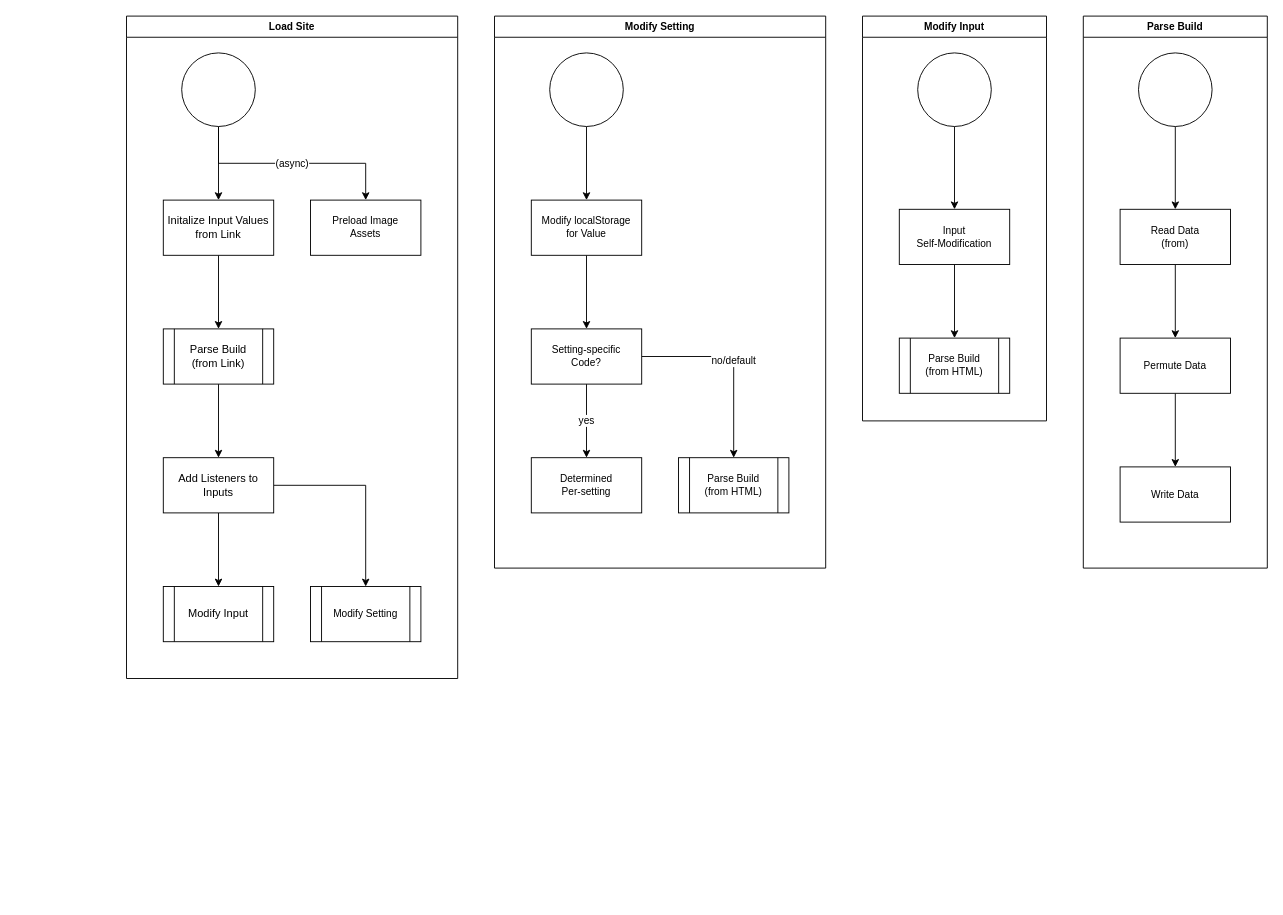
LogicalSpaghetti/wynnsmith keeps this draw.io diagram as WynnSmith Documentation/flowcharts/Logic Structure.drawio. Above is the earlier version. Source tidied: cells renumbered, new cells numbered last; positions are measured from the earlier drawing's top-left corner, leaving out a move shared by most shapes. Both pictures are drawn from the tidied source at 92%, with x=0, y=0 at pixel (126, 16).
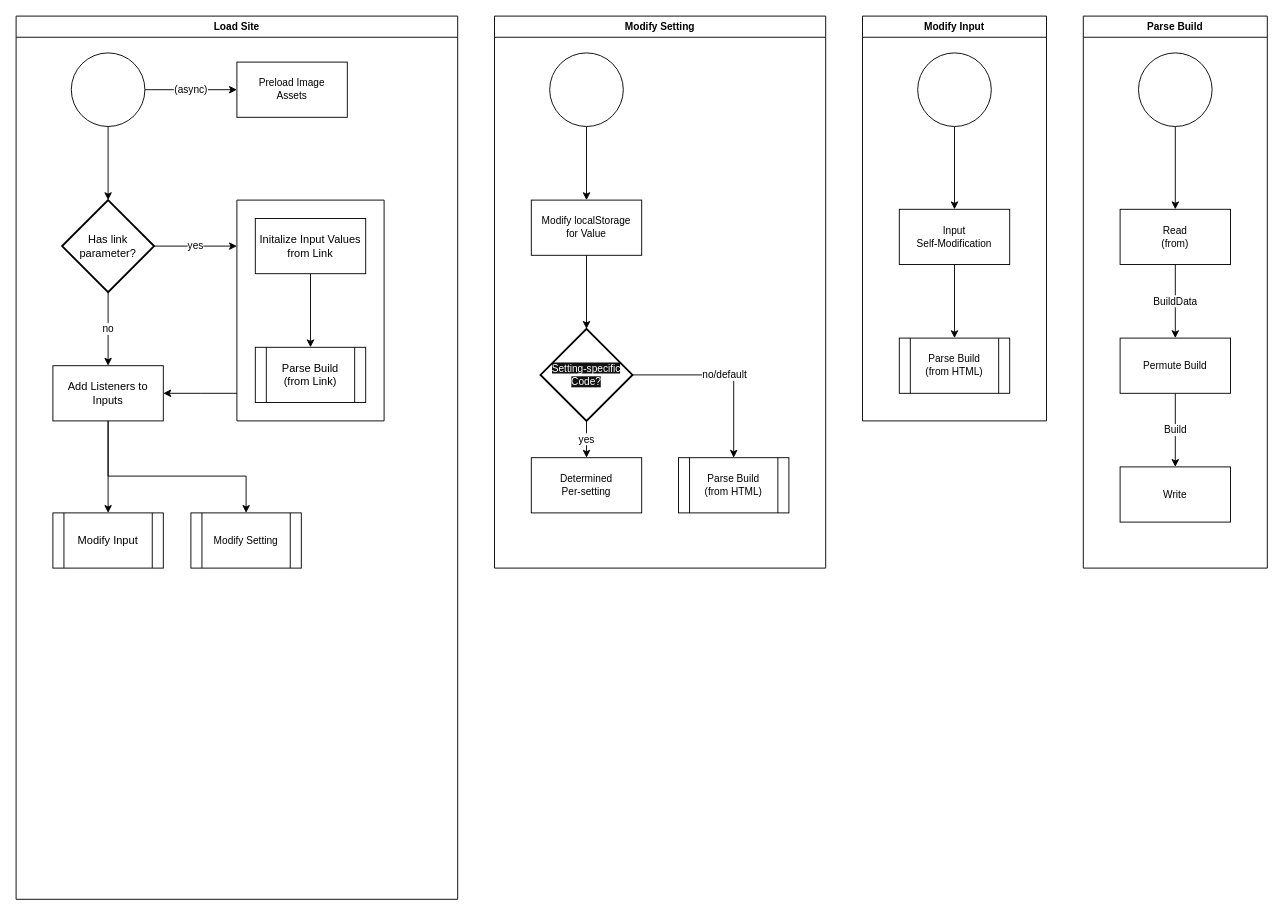
The same diagram, later.

Unchanged cells that the change refers to:
```xml
<mxCell id="8" value="Parse Build" style="swimlane;whiteSpace=wrap;html=1;fontFamily=Helvetica;fontSize=11;fontColor=default;labelBackgroundColor=default;" parent="1" vertex="1">
  <mxGeometry x="1040" width="200" height="600" as="geometry" />
</mxCell>
<mxCell id="19" style="ellipse;whiteSpace=wrap;html=1;fontFamily=Helvetica;fontSize=11;fontColor=default;labelBackgroundColor=default;" parent="16" vertex="1">
  <mxGeometry x="60" y="40" width="80" height="80" as="geometry" />
</mxCell>
<mxCell id="30" value="Modify Setting" style="swimlane;whiteSpace=wrap;html=1;fontFamily=Helvetica;fontSize=11;fontColor=default;labelBackgroundColor=default;" parent="1" vertex="1">
  <mxGeometry x="400" width="360" height="600" as="geometry" />
</mxCell>
<mxCell id="34" value="Modify localStorage&lt;br&gt;for Value" style="whiteSpace=wrap;html=1;fontSize=11;labelBackgroundColor=default;" parent="30" vertex="1">
  <mxGeometry x="40" y="200" width="120" height="60" as="geometry" />
</mxCell>
```

The edit, as a diff of the source:
```diff
@@
-    <mxCell id="11" style="edgeStyle=orthogonalEdgeStyle;shape=connector;rounded=0;jumpStyle=gap;jumpSize=20;jettySize=auto;html=1;strokeColor=default;align=center;verticalAlign=middle;fontFamily=Helvetica;fontSize=11;fontColor=default;labelBackgroundColor=default;endArrow=classic;" parent="8" edge="1" source="12" target="14">
+    <mxCell id="11" value="BuildData" style="edgeStyle=orthogonalEdgeStyle;shape=connector;rounded=0;jumpStyle=gap;jumpSize=20;jettySize=auto;html=1;strokeColor=default;align=center;verticalAlign=middle;fontFamily=Helvetica;fontSize=11;fontColor=default;labelBackgroundColor=default;endArrow=classic;" parent="8" edge="1" source="12" target="14">
       <mxGeometry relative="1" as="geometry" />
     </mxCell>
-    <mxCell id="12" value="Read Data&lt;br&gt;(from)" style="whiteSpace=wrap;html=1;fontSize=11;labelBackgroundColor=default;" parent="8" vertex="1">
+    <mxCell id="12" value="Read&lt;br&gt;(from)" style="whiteSpace=wrap;html=1;fontSize=11;labelBackgroundColor=default;" parent="8" vertex="1">
       <mxGeometry x="40" y="210" width="120" height="60" as="geometry" />
     </mxCell>
-    <mxCell id="13" style="edgeStyle=orthogonalEdgeStyle;shape=connector;rounded=0;jumpStyle=gap;jumpSize=20;jettySize=auto;html=1;strokeColor=default;align=center;verticalAlign=middle;fontFamily=Helvetica;fontSize=11;fontColor=default;labelBackgroundColor=default;endArrow=classic;" parent="8" edge="1" source="14" target="15">
+    <mxCell id="13" value="Build" style="edgeStyle=orthogonalEdgeStyle;shape=connector;rounded=0;jumpStyle=gap;jumpSize=20;jettySize=auto;html=1;strokeColor=default;align=center;verticalAlign=middle;fontFamily=Helvetica;fontSize=11;fontColor=default;labelBackgroundColor=default;endArrow=classic;" parent="8" edge="1" source="14" target="15">
       <mxGeometry relative="1" as="geometry" />
     </mxCell>
-    <mxCell id="14" value="Permute Data" style="whiteSpace=wrap;html=1;fontSize=11;labelBackgroundColor=default;" parent="8" vertex="1">
+    <mxCell id="14" value="Permute Build" style="whiteSpace=wrap;html=1;fontSize=11;labelBackgroundColor=default;" parent="8" vertex="1">
       <mxGeometry x="40" y="350" width="120" height="60" as="geometry" />
     </mxCell>
-    <mxCell id="15" value="Write Data" style="whiteSpace=wrap;html=1;fontSize=11;labelBackgroundColor=default;" parent="8" vertex="1">
+    <mxCell id="15" value="Write" style="whiteSpace=wrap;html=1;fontSize=11;labelBackgroundColor=default;" parent="8" vertex="1">
       <mxGeometry x="40" y="490" width="120" height="60" as="geometry" />
     </mxCell>
     <mxCell id="16" value="Load Site" style="swimlane;whiteSpace=wrap;html=1;fontFamily=Helvetica;fontSize=11;fontColor=default;labelBackgroundColor=default;startSize=23;" parent="1" vertex="1">
-      <mxGeometry width="360" height="720" as="geometry" />
+      <mxGeometry x="-120" width="480" height="960" as="geometry" />
     </mxCell>
+    <mxCell id="40" style="edgeStyle=orthogonalEdgeStyle;rounded=0;jettySize=auto;html=1;" parent="16" edge="1" source="19" target="43">
+      <mxGeometry relative="1" as="geometry" />
+    </mxCell>
-    <mxCell id="17" value="(async)" style="edgeStyle=orthogonalEdgeStyle;shape=connector;rounded=0;jumpStyle=gap;jumpSize=20;jettySize=auto;html=1;entryX=0.5;entryY=0;entryDx=0;entryDy=0;strokeColor=default;align=center;verticalAlign=middle;fontFamily=Helvetica;fontSize=11;fontColor=default;labelBackgroundColor=default;endArrow=classic;exitX=0.5;exitY=1;exitDx=0;exitDy=0;" parent="16" edge="1" source="19" target="20">
-      <mxGeometry relative="1" as="geometry" />
+    <mxCell id="17" value="(async)" style="edgeStyle=orthogonalEdgeStyle;rounded=0;jettySize=auto;html=1;" parent="16" edge="1" source="19" target="20">
+      <mxGeometry relative="1" as="geometry">
+        <Array as="points">
+          <mxPoint x="240" y="80" />
+        </Array>
+      </mxGeometry>
     </mxCell>
-    <mxCell id="18" style="edgeStyle=orthogonalEdgeStyle;shape=connector;rounded=0;jumpStyle=gap;jumpSize=20;jettySize=auto;html=1;entryX=0.5;entryY=0;entryDx=0;entryDy=0;strokeColor=default;align=center;verticalAlign=middle;fontFamily=Helvetica;fontSize=11;fontColor=default;labelBackgroundColor=default;endArrow=classic;" parent="16" edge="1" source="19" target="22">
-      <mxGeometry relative="1" as="geometry" />
-    </mxCell>
@@
     <mxCell id="20" value="Preload Image&lt;br&gt;Assets" style="whiteSpace=wrap;html=1;fontSize=11;labelBackgroundColor=default;" parent="16" vertex="1">
-      <mxGeometry x="200" y="200" width="120" height="60" as="geometry" />
+      <mxGeometry x="240" y="50" width="120" height="60" as="geometry" />
     </mxCell>
@@
     <mxCell id="22" value="Initalize Input Values&lt;br&gt;from Link" style="rounded=0;whiteSpace=wrap;html=1;" parent="16" vertex="1">
-      <mxGeometry x="40" y="200" width="120" height="60" as="geometry" />
+      <mxGeometry x="260" y="220" width="120" height="60" as="geometry" />
     </mxCell>
-    <mxCell id="23" style="edgeStyle=orthogonalEdgeStyle;rounded=0;jettySize=auto;html=1;" parent="16" edge="1" source="24" target="27">
-      <mxGeometry relative="1" as="geometry" />
-    </mxCell>
     <mxCell id="24" value="Parse Build&lt;br&gt;(from Link)" style="rounded=0;whiteSpace=wrap;html=1;shape=process;backgroundOutline=1;" parent="16" vertex="1">
-      <mxGeometry x="40" y="340" width="120" height="60" as="geometry" />
+      <mxGeometry x="260" y="360" width="120" height="60" as="geometry" />
     </mxCell>
@@
     <mxCell id="26" style="edgeStyle=orthogonalEdgeStyle;shape=connector;rounded=0;jumpStyle=gap;jumpSize=20;jettySize=auto;html=1;entryX=0.5;entryY=0;entryDx=0;entryDy=0;strokeColor=default;align=center;verticalAlign=middle;fontFamily=Helvetica;fontSize=11;fontColor=default;labelBackgroundColor=default;endArrow=classic;" parent="16" edge="1" source="27" target="29">
-      <mxGeometry relative="1" as="geometry" />
+      <mxGeometry relative="1" as="geometry">
+        <Array as="points">
+          <mxPoint x="100" y="500" />
+          <mxPoint x="250" y="500" />
+        </Array>
+      </mxGeometry>
     </mxCell>
     <mxCell id="27" value="Add Listeners to Inputs" style="rounded=0;whiteSpace=wrap;html=1;" parent="16" vertex="1">
-      <mxGeometry x="40" y="480" width="120" height="60" as="geometry" />
+      <mxGeometry x="40" y="380" width="120" height="60" as="geometry" />
     </mxCell>
     <mxCell id="28" value="Modify Input" style="shape=process;whiteSpace=wrap;html=1;backgroundOutline=1;rounded=0;" parent="16" vertex="1">
-      <mxGeometry x="40" y="620" width="120" height="60" as="geometry" />
+      <mxGeometry x="40" y="540" width="120" height="60" as="geometry" />
     </mxCell>
     <mxCell id="29" value="Modify Setting" style="shape=process;whiteSpace=wrap;html=1;backgroundOutline=1;fontFamily=Helvetica;fontSize=11;fontColor=default;labelBackgroundColor=default;" parent="16" vertex="1">
-      <mxGeometry x="200" y="620" width="120" height="60" as="geometry" />
+      <mxGeometry x="190" y="540" width="120" height="60" as="geometry" />
     </mxCell>
+    <mxCell id="41" value="yes" style="edgeStyle=orthogonalEdgeStyle;rounded=0;jettySize=auto;html=1;" parent="16" edge="1" source="43" target="45">
+      <mxGeometry relative="1" as="geometry">
+        <Array as="points">
+          <mxPoint x="190" y="250" />
+          <mxPoint x="190" y="250" />
+        </Array>
+      </mxGeometry>
+    </mxCell>
+    <mxCell id="42" value="no" style="edgeStyle=orthogonalEdgeStyle;rounded=0;jettySize=auto;html=1;" parent="16" edge="1" source="43" target="27">
+      <mxGeometry relative="1" as="geometry" />
+    </mxCell>
+    <mxCell id="43" value="Has link parameter?" style="strokeWidth=2;html=1;shape=mxgraph.flowchart.decision;whiteSpace=wrap;" parent="16" vertex="1">
+      <mxGeometry x="50" y="200" width="100" height="100" as="geometry" />
+    </mxCell>
+    <mxCell id="44" style="edgeStyle=orthogonalEdgeStyle;rounded=0;jettySize=auto;html=1;" parent="16" edge="1" source="45" target="27">
+      <mxGeometry relative="1" as="geometry">
+        <Array as="points">
+          <mxPoint x="200" y="410" />
+          <mxPoint x="200" y="410" />
+        </Array>
+      </mxGeometry>
+    </mxCell>
+    <mxCell id="45" style="swimlane;startSize=0;" parent="16" vertex="1">
+      <mxGeometry x="240" y="200" width="160" height="240" as="geometry" />
+    </mxCell>
@@
-    <mxCell id="33" style="edgeStyle=orthogonalEdgeStyle;shape=connector;rounded=0;jumpStyle=gap;jumpSize=20;jettySize=auto;html=1;strokeColor=default;align=center;verticalAlign=middle;fontFamily=Helvetica;fontSize=11;fontColor=default;labelBackgroundColor=default;endArrow=classic;" parent="30" edge="1" source="34" target="37">
+    <mxCell id="33" style="edgeStyle=orthogonalEdgeStyle;rounded=0;jettySize=auto;html=1;" parent="30" edge="1" source="34" target="37">
       <mxGeometry relative="1" as="geometry" />
     </mxCell>
@@
+    <mxCell id="38" value="Determined&lt;br&gt;Per-setting" style="whiteSpace=wrap;html=1;fontSize=11;labelBackgroundColor=default;" parent="30" vertex="1">
+      <mxGeometry x="40" y="480" width="120" height="60" as="geometry" />
+    </mxCell>
+    <mxCell id="39" value="Parse Build&lt;br&gt;(from HTML)" style="shape=process;whiteSpace=wrap;html=1;backgroundOutline=1;fontSize=11;labelBackgroundColor=default;" parent="30" vertex="1">
+      <mxGeometry x="200" y="480" width="120" height="60" as="geometry" />
+    </mxCell>
-    <mxCell id="35" value="yes" style="edgeStyle=orthogonalEdgeStyle;shape=connector;rounded=0;jumpStyle=gap;jumpSize=20;jettySize=auto;html=1;strokeColor=default;align=center;verticalAlign=middle;fontFamily=Helvetica;fontSize=11;fontColor=default;labelBackgroundColor=default;endArrow=classic;" parent="30" edge="1" source="37" target="38">
+    <mxCell id="35" value="yes" style="edgeStyle=orthogonalEdgeStyle;rounded=0;jettySize=auto;html=1;" parent="30" edge="1" source="37" target="38">
       <mxGeometry relative="1" as="geometry" />
     </mxCell>
-    <mxCell id="36" value="no/default" style="edgeStyle=orthogonalEdgeStyle;shape=connector;rounded=0;jumpStyle=gap;jumpSize=20;jettySize=auto;html=1;strokeColor=default;align=center;verticalAlign=middle;fontFamily=Helvetica;fontSize=11;fontColor=default;labelBackgroundColor=default;endArrow=classic;" parent="30" edge="1" source="37" target="39">
+    <mxCell id="36" value="no/default" style="edgeStyle=orthogonalEdgeStyle;rounded=0;jettySize=auto;html=1;" parent="30" edge="1" source="37" target="39">
       <mxGeometry relative="1" as="geometry" />
     </mxCell>
-    <mxCell id="37" value="Setting-specific&lt;br&gt;Code?" style="whiteSpace=wrap;html=1;fontSize=11;labelBackgroundColor=default;" parent="30" vertex="1">
-      <mxGeometry x="40" y="340" width="120" height="60" as="geometry" />
+    <mxCell id="37" value="&lt;span style=&quot;forced-color-adjust: none; box-shadow: none !important; color: rgb(255, 255, 255); font-family: Helvetica; font-style: normal; font-variant-ligatures: normal; font-variant-caps: normal; font-weight: 400; letter-spacing: normal; orphans: 2; text-align: center; text-indent: 0px; text-transform: none; widows: 2; word-spacing: 0px; -webkit-text-stroke-width: 0px; white-space: normal; text-decoration-thickness: initial; text-decoration-style: initial; text-decoration-color: initial; font-size: 11px; background-color: rgb(18, 18, 18); float: none; display: inline !important;&quot;&gt;Setting-specific&lt;/span&gt;&lt;br style=&quot;forced-color-adjust: none; box-shadow: none !important; color: rgb(255, 255, 255); font-family: Helvetica; font-style: normal; font-variant-ligatures: normal; font-variant-caps: normal; font-weight: 400; letter-spacing: normal; orphans: 2; text-align: center; text-indent: 0px; text-transform: none; widows: 2; word-spacing: 0px; -webkit-text-stroke-width: 0px; white-space: normal; background-color: rgb(27, 29, 30); text-decoration-thickness: initial; text-decoration-style: initial; text-decoration-color: initial; font-size: 11px;&quot;&gt;&lt;span style=&quot;forced-color-adjust: none; box-shadow: none !important; color: rgb(255, 255, 255); font-family: Helvetica; font-style: normal; font-variant-ligatures: normal; font-variant-caps: normal; font-weight: 400; letter-spacing: normal; orphans: 2; text-align: center; text-indent: 0px; text-transform: none; widows: 2; word-spacing: 0px; -webkit-text-stroke-width: 0px; white-space: normal; text-decoration-thickness: initial; text-decoration-style: initial; text-decoration-color: initial; font-size: 11px; background-color: rgb(18, 18, 18); float: none; display: inline !important;&quot;&gt;Code?&lt;/span&gt;" style="strokeWidth=2;html=1;shape=mxgraph.flowchart.decision;whiteSpace=wrap;" parent="30" vertex="1">
+      <mxGeometry x="50" y="340" width="100" height="100" as="geometry" />
     </mxCell>
-    <mxCell id="38" value="Determined&lt;br&gt;Per-setting" style="whiteSpace=wrap;html=1;fontSize=11;labelBackgroundColor=default;" parent="30" vertex="1">
-      <mxGeometry x="40" y="480" width="120" height="60" as="geometry" />
-    </mxCell>
-    <mxCell id="39" value="Parse Build&lt;br&gt;(from HTML)" style="shape=process;whiteSpace=wrap;html=1;backgroundOutline=1;fontSize=11;labelBackgroundColor=default;" parent="30" vertex="1">
-      <mxGeometry x="200" y="480" width="120" height="60" as="geometry" />
-    </mxCell>
```
